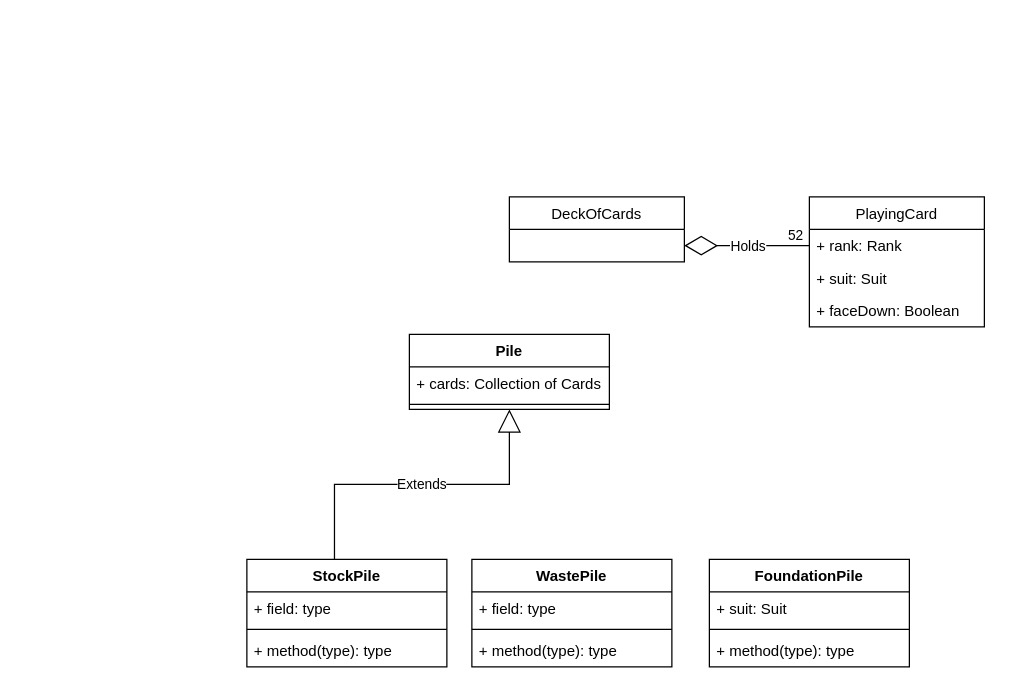
Before: src/main/resources/Domain.drawio.xml in HenrikMartinussen/62T26, a draw.io diagram. Source tidied: cells renumbered, new cells numbered last; positions are measured from the earlier drawing's top-left corner, leaving out a move shared by most shapes. Both pictures are drawn from the tidied source at 125%, with x=0, y=0 at pixel (246, 196).
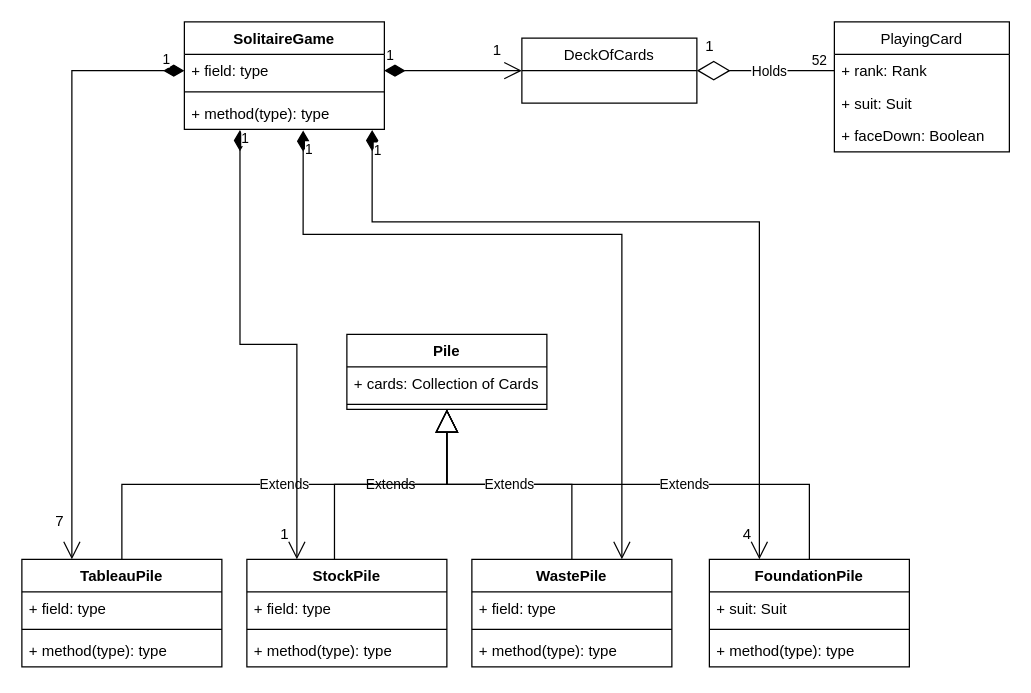
After the change.

The change refers to these unchanged cells:
```xml
<mxCell id="4" value="+ rank: Rank" style="text;strokeColor=none;fillColor=none;align=left;verticalAlign=top;spacingLeft=4;spacingRight=4;overflow=hidden;points=[[0,0.5],[1,0.5]];portConstraint=eastwest;" parent="3" vertex="1">
  <mxGeometry y="26" width="140" height="26" as="geometry" />
</mxCell>
<mxCell id="13" value="StockPile" style="swimlane;fontStyle=1;align=center;verticalAlign=top;horizontal=1;startSize=26;" parent="1" vertex="1">
  <mxGeometry y="290" width="160" height="86" as="geometry" />
</mxCell>
<mxCell id="17" value="WastePile" style="swimlane;fontStyle=1;align=center;verticalAlign=top;horizontal=1;startSize=26;" parent="1" vertex="1">
  <mxGeometry x="180" y="290" width="160" height="86" as="geometry" />
</mxCell>
<mxCell id="21" value="FoundationPile" style="swimlane;fontStyle=1;align=center;verticalAlign=top;horizontal=1;startSize=26;" parent="1" vertex="1">
  <mxGeometry x="370" y="290" width="160" height="86" as="geometry" />
</mxCell>
```

What changed in the source:
```diff
@@
     <mxCell id="2" value="DeckOfCards" style="swimlane;fontStyle=0;horizontal=1;startSize=26;fillColor=none;" parent="1" vertex="1">
-      <mxGeometry x="210" width="140" height="52" as="geometry" />
+      <mxGeometry x="220" y="-127" width="140" height="52" as="geometry" />
     </mxCell>
     <mxCell id="3" value="PlayingCard" style="swimlane;fontStyle=0;horizontal=1;startSize=26;fillColor=none;" parent="1" vertex="1">
-      <mxGeometry x="450" width="140" height="104" as="geometry" />
+      <mxGeometry x="470" y="-140" width="140" height="104" as="geometry" />
     </mxCell>
@@
-    <mxCell id="7" style="endArrow=diamondThin;endFill=0;endSize=24;html=1;rounded=0;exitX=0;exitY=0.5;exitDx=0;exitDy=0;entryX=1;entryY=0.5;entryDx=0;entryDy=0;" parent="1" edge="1" source="4">
-      <mxGeometry relative="1" as="geometry">
-        <mxPoint x="350" y="39" as="targetPoint" />
-      </mxGeometry>
+    <mxCell id="7" style="endArrow=diamondThin;endFill=0;endSize=24;html=1;rounded=0;exitX=0;exitY=0.5;exitDx=0;exitDy=0;entryX=1;entryY=0.5;entryDx=0;entryDy=0;" parent="1" edge="1" source="4" target="2">
+      <mxGeometry relative="1" as="geometry" />
     </mxCell>
@@
     <mxCell id="10" value="Pile" style="swimlane;fontStyle=1;align=center;verticalAlign=top;horizontal=1;startSize=26;" parent="1" vertex="1">
-      <mxGeometry x="130" y="110" width="160" height="60" as="geometry" />
+      <mxGeometry x="80" y="110" width="160" height="60" as="geometry" />
     </mxCell>
@@
+    <mxCell id="26" value="Extends" style="endArrow=block;endSize=16;endFill=0;html=1;rounded=0;exitX=0.5;exitY=0;exitDx=0;exitDy=0;edgeStyle=elbowEdgeStyle;elbow=vertical;" parent="1" edge="1" source="21">
+      <mxGeometry x="-0.22" relative="1" as="geometry">
+        <mxPoint x="160" y="170" as="targetPoint" />
+      </mxGeometry>
+    </mxCell>
+    <mxCell id="27" value="Extends" style="endArrow=block;endSize=16;endFill=0;html=1;rounded=0;edgeStyle=elbowEdgeStyle;elbow=vertical;entryX=0.5;entryY=1;entryDx=0;entryDy=0;" parent="1" edge="1" source="17" target="10">
+      <mxGeometry relative="1" as="geometry" />
+    </mxCell>
+    <mxCell id="28" value="TableauPile" style="swimlane;fontStyle=1;align=center;verticalAlign=top;horizontal=1;startSize=26;" parent="1" vertex="1">
+      <mxGeometry x="-180" y="290" width="160" height="86" as="geometry" />
+    </mxCell>
+    <mxCell id="29" value="+ field: type" style="text;strokeColor=none;fillColor=none;align=left;verticalAlign=top;spacingLeft=4;spacingRight=4;overflow=hidden;" parent="28" vertex="1">
+      <mxGeometry y="26" width="160" height="26" as="geometry" />
+    </mxCell>
+    <mxCell id="30" style="line;strokeWidth=1;fillColor=none;align=left;verticalAlign=middle;spacingTop=-1;spacingLeft=3;spacingRight=3;labelPosition=right;strokeColor=inherit;" parent="28" vertex="1">
+      <mxGeometry y="52" width="160" height="8" as="geometry" />
+    </mxCell>
+    <mxCell id="31" value="+ method(type): type" style="text;strokeColor=none;fillColor=none;align=left;verticalAlign=top;spacingLeft=4;spacingRight=4;overflow=hidden;" parent="28" vertex="1">
+      <mxGeometry y="60" width="160" height="26" as="geometry" />
+    </mxCell>
+    <mxCell id="32" value="Extends" style="endArrow=block;endSize=16;endFill=0;html=1;rounded=0;exitX=0.5;exitY=0;exitDx=0;exitDy=0;edgeStyle=elbowEdgeStyle;elbow=vertical;" parent="1" edge="1" source="28">
+      <mxGeometry relative="1" as="geometry">
+        <mxPoint x="160" y="170" as="targetPoint" />
+      </mxGeometry>
+    </mxCell>
+    <mxCell id="33" value="SolitaireGame" style="swimlane;fontStyle=1;align=center;verticalAlign=top;horizontal=1;startSize=26;" parent="1" vertex="1">
+      <mxGeometry x="-50" y="-140" width="160" height="86" as="geometry" />
+    </mxCell>
+    <mxCell id="34" value="+ field: type" style="text;strokeColor=none;fillColor=none;align=left;verticalAlign=top;spacingLeft=4;spacingRight=4;overflow=hidden;points=[[0,0.5],[1,0.5]];portConstraint=eastwest;" parent="33" vertex="1">
+      <mxGeometry y="26" width="160" height="26" as="geometry" />
+    </mxCell>
+    <mxCell id="35" style="line;strokeWidth=1;fillColor=none;align=left;verticalAlign=middle;spacingTop=-1;spacingLeft=3;spacingRight=3;labelPosition=right;" parent="33" vertex="1">
+      <mxGeometry y="52" width="160" height="8" as="geometry" />
+    </mxCell>
+    <mxCell id="36" value="+ method(type): type" style="text;strokeColor=none;fillColor=none;align=left;verticalAlign=top;spacingLeft=4;spacingRight=4;overflow=hidden;points=[[0,0.5],[1,0.5]];portConstraint=eastwest;" parent="33" vertex="1">
+      <mxGeometry y="60" width="160" height="26" as="geometry" />
+    </mxCell>
+    <mxCell id="37" value="1" style="endArrow=open;html=1;endSize=12;startArrow=diamondThin;startSize=14;startFill=1;edgeStyle=orthogonalEdgeStyle;align=left;verticalAlign=bottom;rounded=0;exitX=1;exitY=0.5;exitDx=0;exitDy=0;entryX=0;entryY=0.5;entryDx=0;entryDy=0;" parent="1" edge="1" source="34" target="2">
+      <mxGeometry x="-1" y="3" relative="1" as="geometry" />
+    </mxCell>
+    <mxCell id="38" value="1" style="text;html=1;align=center;verticalAlign=middle;strokeColor=none;fillColor=none;" parent="1" vertex="1">
+      <mxGeometry x="20" y="260" width="20" height="20" as="geometry" />
+    </mxCell>
+    <mxCell id="39" value="1" style="endArrow=open;html=1;endSize=12;startArrow=diamondThin;startSize=14;startFill=1;edgeStyle=orthogonalEdgeStyle;align=left;verticalAlign=bottom;rounded=0;entryX=0.25;entryY=0;entryDx=0;entryDy=0;exitX=0;exitY=0.5;exitDx=0;exitDy=0;" parent="1" edge="1" source="34" target="28">
+      <mxGeometry x="-0.92" relative="1" as="geometry" />
+    </mxCell>
+    <mxCell id="40" value="7" style="text;html=1;align=center;verticalAlign=middle;strokeColor=none;fillColor=none;" parent="1" vertex="1">
+      <mxGeometry x="-160" y="250" width="20" height="20" as="geometry" />
+    </mxCell>
+    <mxCell id="41" value="1" style="text;html=1;align=center;verticalAlign=middle;strokeColor=none;fillColor=none;" parent="1" vertex="1">
+      <mxGeometry x="360" y="-130" width="20" height="20" as="geometry" />
+    </mxCell>
+    <mxCell id="42" value="1" style="text;html=1;align=center;verticalAlign=middle;strokeColor=none;fillColor=none;" parent="1" vertex="1">
+      <mxGeometry x="190" y="-127" width="20" height="20" as="geometry" />
+    </mxCell>
+    <mxCell id="43" value="1" style="endArrow=open;html=1;endSize=12;startArrow=diamondThin;startSize=14;startFill=1;edgeStyle=orthogonalEdgeStyle;align=left;verticalAlign=bottom;rounded=0;entryX=0.25;entryY=0;entryDx=0;entryDy=0;exitX=0.278;exitY=1.019;exitDx=0;exitDy=0;exitPerimeter=0;" parent="1" edge="1" source="36" target="13">
+      <mxGeometry x="-0.92" relative="1" as="geometry" />
+    </mxCell>
+    <mxCell id="44" value="1" style="endArrow=open;html=1;endSize=12;startArrow=diamondThin;startSize=14;startFill=1;edgeStyle=orthogonalEdgeStyle;align=left;verticalAlign=bottom;rounded=0;entryX=0.25;entryY=0;entryDx=0;entryDy=0;exitX=0.939;exitY=1.019;exitDx=0;exitDy=0;exitPerimeter=0;" parent="1" edge="1" source="36" target="21">
+      <mxGeometry x="-0.92" relative="1" as="geometry">
+        <Array as="points">
+          <mxPoint x="100" y="20" />
+          <mxPoint x="410" y="20" />
+        </Array>
+      </mxGeometry>
+    </mxCell>
+    <mxCell id="45" value="4" style="text;html=1;align=center;verticalAlign=middle;strokeColor=none;fillColor=none;" parent="1" vertex="1">
+      <mxGeometry x="390" y="260" width="20" height="20" as="geometry" />
+    </mxCell>
+    <mxCell id="46" value="1" style="endArrow=open;html=1;endSize=12;startArrow=diamondThin;startSize=14;startFill=1;edgeStyle=orthogonalEdgeStyle;align=left;verticalAlign=bottom;rounded=0;entryX=0.75;entryY=0;entryDx=0;entryDy=0;exitX=0.594;exitY=1.038;exitDx=0;exitDy=0;exitPerimeter=0;" parent="1" edge="1" source="36" target="17">
+      <mxGeometry x="-0.92" relative="1" as="geometry">
+        <Array as="points">
+          <mxPoint x="45" y="30" />
+          <mxPoint x="300" y="30" />
+        </Array>
+      </mxGeometry>
+    </mxCell>
```
